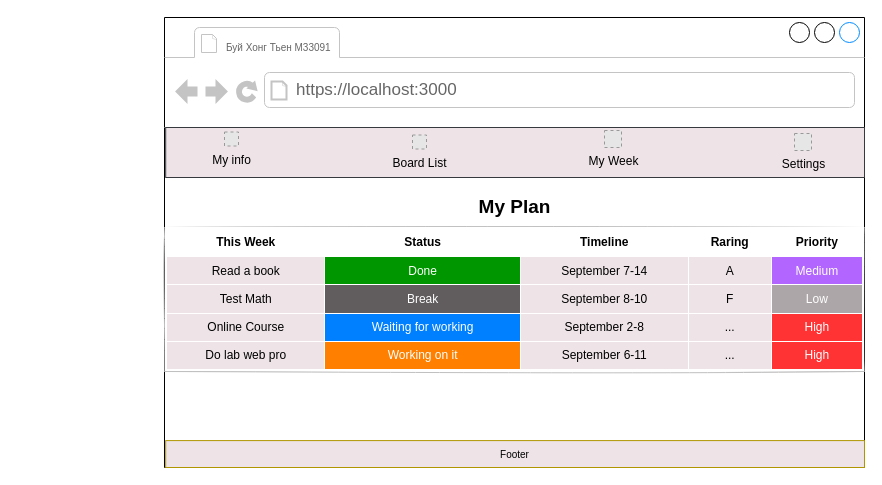
This is Untitled Diagram.drawio from BuiHongChien/layout-for-site, a draw.io file, before an edit. Source tidied: cells renumbered, new cells numbered last; positions are measured from the earlier drawing's top-left corner, leaving out a move shared by most shapes. Both pictures are drawn from the tidied source at 100%, with x=0, y=0 at pixel (164, 17). Pictures stored in the file or linked from it are replaced by grey dashed boxes.
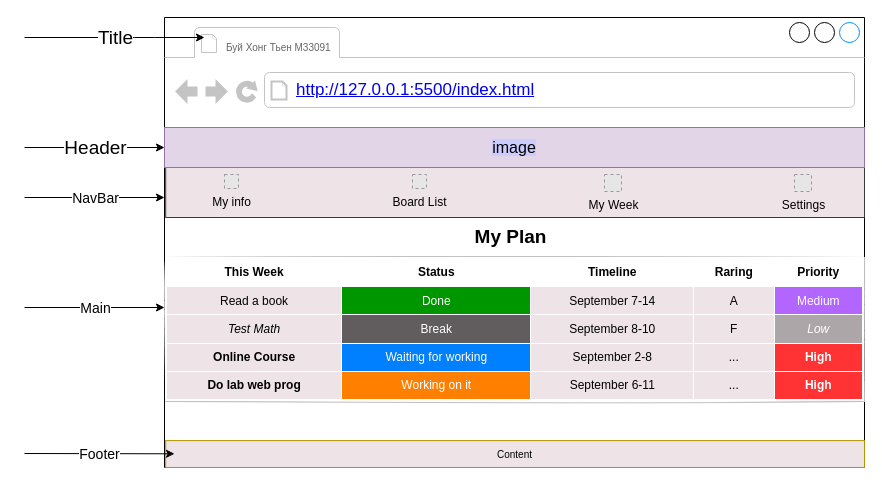
After the change.

Commit message:
Update page design again

The change refers to these unchanged cells:
```xml
<mxCell id="2" style="strokeWidth=1;shadow=0;dashed=0;align=center;shape=mxgraph.mockup.containers.browserWindow;rSize=0;strokeColor2=#008cff;strokeColor3=#c4c4c4;mainText=,;labelBorderColor=#FFFFFF;html=1;" parent="1" vertex="1">
  <mxGeometry width="700" height="450" as="geometry" />
</mxCell>
```

The edit, as a diff of the source:
```diff
@@
-    <mxCell id="4" value="https://localhost:3000" style="strokeWidth=1;shadow=0;dashed=0;align=center;html=1;shape=mxgraph.mockup.containers.anchor;rSize=0;fontSize=17;fontColor=#666666;align=left;" parent="2" vertex="1">
+    <mxCell id="4" value="&lt;a href=&quot;http://127.0.0.1:5500/index.html&quot;&gt;http://127.0.0.1:5500/index.html&lt;/a&gt;" style="strokeWidth=1;shadow=0;dashed=0;align=center;html=1;shape=mxgraph.mockup.containers.anchor;rSize=0;fontSize=17;fontColor=#666666;align=left;" parent="2" vertex="1">
       <mxGeometry x="130" y="60" width="250" height="26" as="geometry" />
     </mxCell>
     <mxCell id="5" style="whiteSpace=wrap;html=1;shadow=0;dashed=0;fontSize=10;align=center;strokeColor=#36393d;fillColor=#EEE4E8;" parent="2" vertex="1">
-      <mxGeometry x="1.2" y="110" width="698.8" height="50" as="geometry" />
+      <mxGeometry x="1.2" y="150" width="698.8" height="50" as="geometry" />
     </mxCell>
-    <mxCell id="6" value="&lt;font color=&quot;#000000&quot;&gt;Footer&lt;/font&gt;" style="whiteSpace=wrap;html=1;shadow=0;dashed=0;fontSize=10;align=center;strokeColor=#B09500;fontColor=#ffffff;fillColor=#EEE4E8;" parent="2" vertex="1">
+    <mxCell id="6" value="&lt;font color=&quot;#000000&quot;&gt;Content&lt;/font&gt;" style="whiteSpace=wrap;html=1;shadow=0;dashed=0;fontSize=10;align=center;strokeColor=#B09500;fontColor=#ffffff;fillColor=#EEE4E8;" parent="2" vertex="1">
       <mxGeometry x="1.2" y="423.1" width="698.8" height="26.9" as="geometry" />
     </mxCell>
     <mxCell id="7" value="&lt;span style=&quot;background-color: rgb(238 , 228 , 232)&quot;&gt;My Week&lt;/span&gt;" style="fillColor=#E6E6E6;strokeColor=#999999;dashed=1;html=1;verticalAlign=top;verticalLabelPosition=bottom;labelBackgroundColor=#EEABB4;" parent="2" vertex="1">
-      <mxGeometry x="440" y="113" width="17" height="17" as="geometry" />
+      <mxGeometry x="440" y="157" width="17" height="17" as="geometry" />
     </mxCell>
     <mxCell id="8" value="&lt;span style=&quot;font-size: 12px ; background-color: rgb(238 , 228 , 232)&quot;&gt;&lt;font style=&quot;font-size: 12px&quot;&gt;Board List&lt;/font&gt;&lt;/span&gt;" style="fillColor=#E6E6E6;strokeColor=#999999;dashed=1;html=1;verticalAlign=top;verticalLabelPosition=bottom;labelBackgroundColor=#ffffff;fontSize=12;" parent="2" vertex="1">
-      <mxGeometry x="248" y="117.5" width="14" height="14" as="geometry" />
+      <mxGeometry x="248" y="157" width="14" height="14" as="geometry" />
     </mxCell>
     <mxCell id="9" value="&lt;span style=&quot;background-color: rgb(238 , 228 , 232)&quot;&gt;Settings&lt;/span&gt;" style="fillColor=#E6E6E6;strokeColor=#999999;dashed=1;html=1;verticalAlign=top;verticalLabelPosition=bottom;labelBackgroundColor=#ffffff;fontSize=12;" parent="2" vertex="1">
-      <mxGeometry x="630" y="116" width="17" height="17" as="geometry" />
+      <mxGeometry x="630" y="157" width="17" height="17" as="geometry" />
     </mxCell>
     <mxCell id="10" value="&lt;span style=&quot;background-color: rgb(238 , 228 , 232)&quot;&gt;My info&lt;/span&gt;" style="fillColor=#E6E6E6;strokeColor=#999999;dashed=1;html=1;verticalAlign=top;verticalLabelPosition=bottom;labelBackgroundColor=#ffffff;fontSize=12;" parent="2" vertex="1">
-      <mxGeometry x="60" y="114.5" width="14" height="14" as="geometry" />
+      <mxGeometry x="60" y="157" width="14" height="14" as="geometry" />
     </mxCell>
-    <mxCell id="11" value="&lt;table border=&quot;1&quot; width=&quot;100%&quot; cellpadding=&quot;4&quot; style=&quot;width: 100% ; height: 100% ; border-collapse: collapse ; border: 1px solid rgb(255 , 255 , 255) ; background-color: rgb(238 , 228 , 232)&quot;&gt;&lt;tbody&gt;&lt;tr style=&quot;color: rgb(255 , 255 , 255)&quot;&gt;&lt;th style=&quot;background-color: rgb(255 , 255 , 255)&quot;&gt;&lt;font color=&quot;#000000&quot;&gt;This Week&lt;/font&gt;&lt;/th&gt;&lt;th style=&quot;background-color: rgb(255 , 255 , 255)&quot;&gt;&lt;font color=&quot;#000000&quot;&gt;Status&lt;/font&gt;&lt;/th&gt;&lt;th style=&quot;background-color: rgb(255 , 255 , 255)&quot;&gt;&lt;font color=&quot;#000000&quot;&gt;Timeline&lt;/font&gt;&lt;/th&gt;&lt;td style=&quot;background-color: rgb(255 , 255 , 255)&quot;&gt;&lt;font color=&quot;#000000&quot;&gt;&lt;b&gt;Raring&lt;/b&gt;&lt;/font&gt;&lt;/td&gt;&lt;td style=&quot;background-color: rgb(255 , 255 , 255)&quot;&gt;&lt;font color=&quot;#000000&quot;&gt;&lt;b&gt;Priority&lt;/b&gt;&lt;/font&gt;&lt;/td&gt;&lt;/tr&gt;&lt;tr&gt;&lt;td&gt;Read a book&lt;/td&gt;&lt;td style=&quot;background-color: rgb(0 , 150 , 0)&quot;&gt;&lt;font color=&quot;#ffffff&quot;&gt;Done&lt;/font&gt;&lt;/td&gt;&lt;td&gt;September 7-14&lt;/td&gt;&lt;td&gt;A&lt;/td&gt;&lt;td style=&quot;background-color: rgb(178 , 102 , 255)&quot;&gt;&lt;font color=&quot;#ffffff&quot;&gt;Medium&lt;/font&gt;&lt;/td&gt;&lt;/tr&gt;&lt;tr&gt;&lt;td&gt;Test Math&lt;/td&gt;&lt;td style=&quot;background-color: rgb(97 , 93 , 94)&quot;&gt;&lt;font color=&quot;#ffffff&quot;&gt;Break&lt;/font&gt;&lt;/td&gt;&lt;td&gt;September 8-10&lt;/td&gt;&lt;td style=&quot;border-collapse: collapse&quot;&gt;F&lt;/td&gt;&lt;td style=&quot;background-color: rgb(173 , 166 , 169)&quot;&gt;&lt;font color=&quot;#ffffff&quot;&gt;Low&lt;/font&gt;&lt;/td&gt;&lt;/tr&gt;&lt;tr&gt;&lt;td&gt;Online Course&lt;/td&gt;&lt;td style=&quot;background-color: rgb(0 , 127 , 255)&quot;&gt;&lt;font color=&quot;#ffffff&quot;&gt;Waiting for working&lt;/font&gt;&lt;/td&gt;&lt;td&gt;September 2-8&lt;/td&gt;&lt;td&gt;...&lt;/td&gt;&lt;td style=&quot;background-color: rgb(255 , 51 , 51)&quot;&gt;&lt;font color=&quot;#ffffff&quot;&gt;High&lt;/font&gt;&lt;/td&gt;&lt;/tr&gt;&lt;tr&gt;&lt;td&gt;Do lab web pro&lt;/td&gt;&lt;td style=&quot;background-color: rgb(255 , 128 , 0)&quot;&gt;&lt;font color=&quot;#ffffff&quot;&gt;Working on it&lt;/font&gt;&lt;/td&gt;&lt;td&gt;September 6-11&lt;/td&gt;&lt;td&gt;...&lt;/td&gt;&lt;td style=&quot;background-color: rgb(255 , 51 , 51)&quot;&gt;&lt;font color=&quot;#ffffff&quot;&gt;High&lt;/font&gt;&lt;/td&gt;&lt;/tr&gt;&lt;/tbody&gt;&lt;/table&gt;" style="text;html=1;strokeColor=#c0c0c0;fillColor=#ffffff;overflow=fill;rounded=0;labelBackgroundColor=#EEABB4;sketch=1;fontSize=12;spacing=2;verticalAlign=bottom;align=center;labelBorderColor=#FFFFFF;whiteSpace=wrap;" parent="2" vertex="1">
-      <mxGeometry x="0.6" y="210" width="698.8" height="144" as="geometry" />
+    <mxCell id="11" value="&lt;table border=&quot;1&quot; width=&quot;100%&quot; cellpadding=&quot;4&quot; style=&quot;width: 100% ; height: 100% ; border-collapse: collapse ; border: 1px solid rgb(255 , 255 , 255) ; background-color: rgb(238 , 228 , 232)&quot;&gt;&lt;tbody&gt;&lt;tr style=&quot;color: rgb(255 , 255 , 255)&quot;&gt;&lt;th style=&quot;background-color: rgb(255 , 255 , 255)&quot;&gt;&lt;font color=&quot;#000000&quot;&gt;This Week&lt;/font&gt;&lt;/th&gt;&lt;th style=&quot;background-color: rgb(255 , 255 , 255)&quot;&gt;&lt;font color=&quot;#000000&quot;&gt;Status&lt;/font&gt;&lt;/th&gt;&lt;th style=&quot;background-color: rgb(255 , 255 , 255)&quot;&gt;&lt;font color=&quot;#000000&quot;&gt;Timeline&lt;/font&gt;&lt;/th&gt;&lt;td style=&quot;background-color: rgb(255 , 255 , 255)&quot;&gt;&lt;font color=&quot;#000000&quot;&gt;&lt;b&gt;Raring&lt;/b&gt;&lt;/font&gt;&lt;/td&gt;&lt;td style=&quot;background-color: rgb(255 , 255 , 255)&quot;&gt;&lt;font color=&quot;#000000&quot;&gt;&lt;b&gt;Priority&lt;/b&gt;&lt;/font&gt;&lt;/td&gt;&lt;/tr&gt;&lt;tr&gt;&lt;td&gt;Read a book&lt;/td&gt;&lt;td style=&quot;background-color: rgb(0 , 150 , 0)&quot;&gt;&lt;font color=&quot;#ffffff&quot;&gt;Done&lt;/font&gt;&lt;/td&gt;&lt;td&gt;September 7-14&lt;/td&gt;&lt;td&gt;A&lt;/td&gt;&lt;td style=&quot;background-color: rgb(178 , 102 , 255)&quot;&gt;&lt;font color=&quot;#ffffff&quot;&gt;Medium&lt;/font&gt;&lt;/td&gt;&lt;/tr&gt;&lt;tr&gt;&lt;td&gt;&lt;i&gt;Test Math&lt;/i&gt;&lt;/td&gt;&lt;td style=&quot;background-color: rgb(97 , 93 , 94)&quot;&gt;&lt;font color=&quot;#ffffff&quot;&gt;Break&lt;/font&gt;&lt;/td&gt;&lt;td&gt;September 8-10&lt;/td&gt;&lt;td style=&quot;border-collapse: collapse&quot;&gt;F&lt;/td&gt;&lt;td style=&quot;background-color: rgb(173 , 166 , 169)&quot;&gt;&lt;font color=&quot;#ffffff&quot;&gt;&lt;i&gt;Low&lt;/i&gt;&lt;/font&gt;&lt;/td&gt;&lt;/tr&gt;&lt;tr&gt;&lt;td&gt;&lt;b&gt;Online Course&lt;/b&gt;&lt;/td&gt;&lt;td style=&quot;background-color: rgb(0 , 127 , 255)&quot;&gt;&lt;font color=&quot;#ffffff&quot;&gt;Waiting for working&lt;/font&gt;&lt;/td&gt;&lt;td&gt;September 2-8&lt;/td&gt;&lt;td&gt;...&lt;/td&gt;&lt;td style=&quot;background-color: rgb(255 , 51 , 51)&quot;&gt;&lt;font color=&quot;#ffffff&quot;&gt;&lt;b&gt;High&lt;/b&gt;&lt;/font&gt;&lt;/td&gt;&lt;/tr&gt;&lt;tr&gt;&lt;td&gt;&lt;b&gt;Do lab web prog&lt;/b&gt;&lt;/td&gt;&lt;td style=&quot;background-color: rgb(255 , 128 , 0)&quot;&gt;&lt;font color=&quot;#ffffff&quot;&gt;Working on it&lt;/font&gt;&lt;/td&gt;&lt;td&gt;September 6-11&lt;/td&gt;&lt;td&gt;...&lt;/td&gt;&lt;td style=&quot;background-color: rgb(255 , 51 , 51)&quot;&gt;&lt;font color=&quot;#ffffff&quot;&gt;&lt;b&gt;High&lt;/b&gt;&lt;/font&gt;&lt;/td&gt;&lt;/tr&gt;&lt;/tbody&gt;&lt;/table&gt;" style="text;html=1;strokeColor=#c0c0c0;fillColor=#ffffff;overflow=fill;rounded=0;labelBackgroundColor=#EEABB4;sketch=1;fontSize=12;spacing=2;verticalAlign=bottom;align=center;labelBorderColor=#FFFFFF;whiteSpace=wrap;" parent="2" vertex="1">
+      <mxGeometry x="1.2" y="240" width="698.8" height="144" as="geometry" />
     </mxCell>
     <mxCell id="12" value="My Plan" style="text;html=1;strokeColor=none;fillColor=none;align=center;verticalAlign=middle;whiteSpace=wrap;rounded=0;labelBackgroundColor=#FFFFFF;sketch=1;fontSize=19;fontStyle=1;" parent="2" vertex="1">
-      <mxGeometry x="252.1" y="180" width="197" height="20" as="geometry" />
+      <mxGeometry x="248" y="210" width="197" height="20" as="geometry" />
     </mxCell>
+    <mxCell id="13" value="&lt;span style=&quot;font-size: 16px ; background-color: rgb(204 , 204 , 255)&quot;&gt;image&lt;/span&gt;" style="whiteSpace=wrap;html=1;shadow=0;dashed=0;fontSize=10;align=center;fillColor=#e1d5e7;strokeColor=#9673a6;" parent="2" vertex="1">
+      <mxGeometry y="110" width="700" height="40" as="geometry" />
+    </mxCell>
+    <mxCell id="14" style="endArrow=classic;html=1;" parent="2" edge="1">
+      <mxGeometry relative="1" as="geometry">
+        <mxPoint x="-140" y="436" as="sourcePoint" />
+        <mxPoint x="10" y="436.3" as="targetPoint" />
+      </mxGeometry>
+    </mxCell>
+    <mxCell id="15" value="&lt;font style=&quot;font-size: 14px&quot;&gt;Footer&lt;/font&gt;" style="edgeLabel;html=1;align=center;verticalAlign=middle;" parent="14" vertex="1">
+      <mxGeometry relative="1" as="geometry" />
+    </mxCell>
+    <mxCell id="16" style="endArrow=classic;html=1;" parent="1" edge="1">
+      <mxGeometry relative="1" as="geometry">
+        <mxPoint x="-140" y="130" as="sourcePoint" />
+        <mxPoint y="130" as="targetPoint" />
+        <Array as="points">
+          <mxPoint x="-60" y="130" />
+        </Array>
+      </mxGeometry>
+    </mxCell>
+    <mxCell id="17" value="&lt;font style=&quot;font-size: 19px&quot;&gt;Header&lt;/font&gt;" style="edgeLabel;html=1;align=center;verticalAlign=middle;" parent="16" vertex="1">
+      <mxGeometry relative="1" as="geometry" />
+    </mxCell>
+    <mxCell id="18" style="endArrow=classic;html=1;" parent="1" edge="1">
+      <mxGeometry relative="1" as="geometry">
+        <mxPoint x="-140" y="20" as="sourcePoint" />
+        <mxPoint x="40" y="20" as="targetPoint" />
+        <Array as="points">
+          <mxPoint x="-20" y="20" />
+        </Array>
+      </mxGeometry>
+    </mxCell>
+    <mxCell id="19" value="&lt;font style=&quot;font-size: 19px&quot;&gt;Title&lt;/font&gt;" style="edgeLabel;html=1;align=center;verticalAlign=middle;" parent="18" vertex="1">
+      <mxGeometry relative="1" as="geometry" />
+    </mxCell>
+    <mxCell id="20" style="endArrow=classic;html=1;" parent="1" edge="1">
+      <mxGeometry relative="1" as="geometry">
+        <mxPoint x="-140" y="180" as="sourcePoint" />
+        <mxPoint y="180" as="targetPoint" />
+      </mxGeometry>
+    </mxCell>
+    <mxCell id="21" value="&lt;font style=&quot;font-size: 14px&quot;&gt;NavBar&lt;/font&gt;" style="edgeLabel;html=1;align=center;verticalAlign=middle;" parent="20" vertex="1">
+      <mxGeometry relative="1" as="geometry" />
+    </mxCell>
+    <mxCell id="22" style="endArrow=classic;html=1;" parent="1" edge="1">
+      <mxGeometry relative="1" as="geometry">
+        <mxPoint x="-140" y="290" as="sourcePoint" />
+        <mxPoint y="290" as="targetPoint" />
+      </mxGeometry>
+    </mxCell>
+    <mxCell id="23" value="&lt;font style=&quot;font-size: 14px&quot;&gt;Main&lt;/font&gt;" style="edgeLabel;html=1;align=center;verticalAlign=middle;" parent="22" vertex="1">
+      <mxGeometry relative="1" as="geometry" />
+    </mxCell>
```
